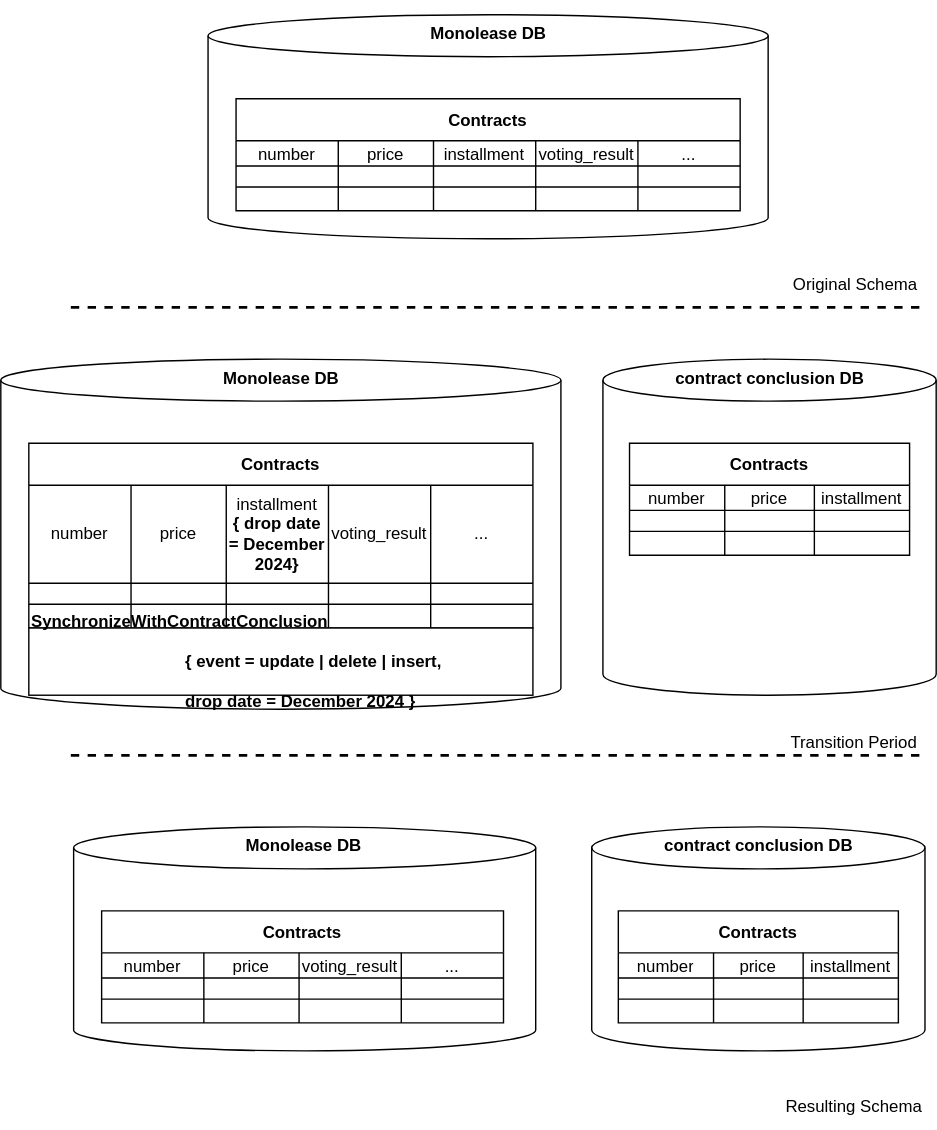
Above: images/domain-driven-refactorings/tactical-for-strategic/extract-specialized-table.drawio.svg in hschwentner/hschwentner.io (draw.io), before the change. Source tidied: cells renumbered, new cells last; positions are measured from the earlier drawing's top-left corner, leaving out a move shared by most shapes.
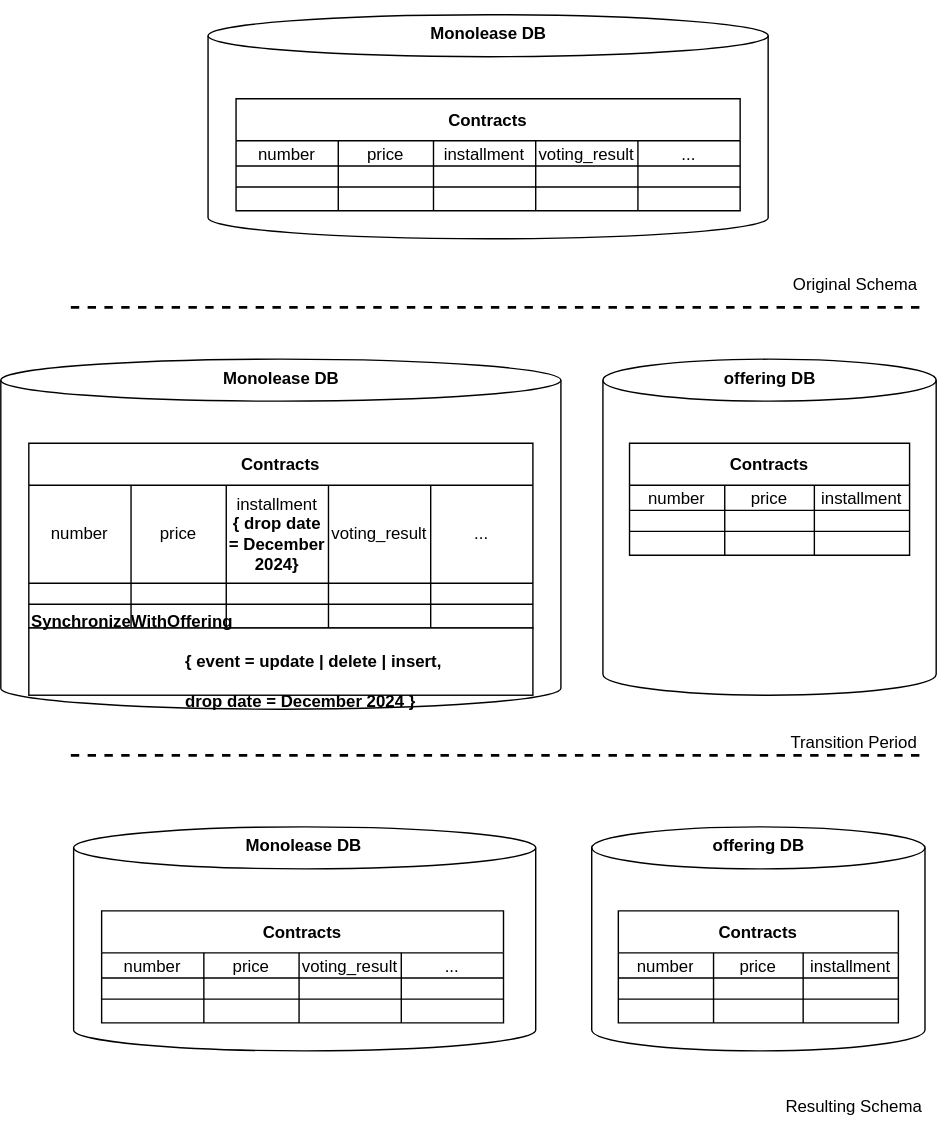
After the change.

Commit message:
Change bounded context name from "contract conclusion" to "offering"

Change to the diagram source:
```diff
@@ -161,7 +161,7 @@
     <mxCell id="54" value="&lt;font style=&quot;font-size: 12px ; line-height: 1&quot;&gt;Monolease DB&lt;/font&gt;" style="text;strokeColor=none;fillColor=none;html=1;fontSize=24;fontStyle=1;verticalAlign=middle;align=center;" parent="1" vertex="1">
       <mxGeometry x="165.5" y="580" width="100" height="40" as="geometry" />
     </mxCell>
-    <mxCell id="55" value="&lt;font style=&quot;font-size: 12px ; line-height: 1&quot;&gt;contract conclusion DB&lt;/font&gt;" style="text;strokeColor=none;fillColor=none;html=1;fontSize=24;fontStyle=1;verticalAlign=middle;align=center;" parent="1" vertex="1">
+    <mxCell id="55" value="&lt;font style=&quot;font-size: 12px ; line-height: 1&quot;&gt;offering DB&lt;/font&gt;" style="text;strokeColor=none;fillColor=none;html=1;fontSize=24;fontStyle=1;verticalAlign=middle;align=center;" parent="1" vertex="1">
       <mxGeometry x="491" y="580" width="100" height="40" as="geometry" />
     </mxCell>
     <mxCell id="56" style="endArrow=none;dashed=1;html=1;fontSize=12;strokeWidth=2;entryX=1;entryY=1;entryDx=0;entryDy=0;" parent="1" edge="1" target="57">
@@ -289,10 +289,10 @@
     <mxCell id="95" style="shape=partialRectangle;html=1;whiteSpace=wrap;fillColor=none;top=0;left=0;bottom=0;right=0;overflow=hidden;" parent="92" vertex="1">
       <mxGeometry x="132" width="68" height="17" as="geometry" />
     </mxCell>
-    <mxCell id="96" value="&lt;font style=&quot;font-size: 12px ; line-height: 1&quot;&gt;contract conclusion DB&lt;/font&gt;" style="text;strokeColor=none;fillColor=none;html=1;fontSize=24;fontStyle=1;verticalAlign=middle;align=center;" parent="1" vertex="1">
+    <mxCell id="96" value="&lt;font style=&quot;font-size: 12px ; line-height: 1&quot;&gt;offering DB&lt;/font&gt;" style="text;strokeColor=none;fillColor=none;html=1;fontSize=24;fontStyle=1;verticalAlign=middle;align=center;" parent="1" vertex="1">
       <mxGeometry x="499" y="246" width="100" height="40" as="geometry" />
     </mxCell>
-    <mxCell id="97" value="SynchronizeWithContractConclusion&lt;br&gt;&lt;span style=&quot;white-space: pre;&quot;&gt;&#9;&lt;/span&gt;{ event = update | delete | insert,&lt;br&gt;&lt;span style=&quot;white-space: pre;&quot;&gt;&#9;&amp;nbsp;&lt;/span&gt;&amp;nbsp; drop date = December 2024 }" style="rounded=0;whiteSpace=wrap;html=1;align=left;fontStyle=1;" parent="1" vertex="1">
+    <mxCell id="97" value="SynchronizeWithOffering&lt;br&gt;&lt;span style=&quot;white-space: pre;&quot;&gt;&#9;&lt;/span&gt;{ event = update | delete | insert,&lt;br&gt;&lt;span style=&quot;white-space: pre;&quot;&gt;&#9;&amp;nbsp;&lt;/span&gt;&amp;nbsp; drop date = December 2024 }" style="rounded=0;whiteSpace=wrap;html=1;align=left;fontStyle=1;" parent="1" vertex="1">
       <mxGeometry x="20" y="448" width="360" height="48" as="geometry" />
     </mxCell>
   </root>
```
